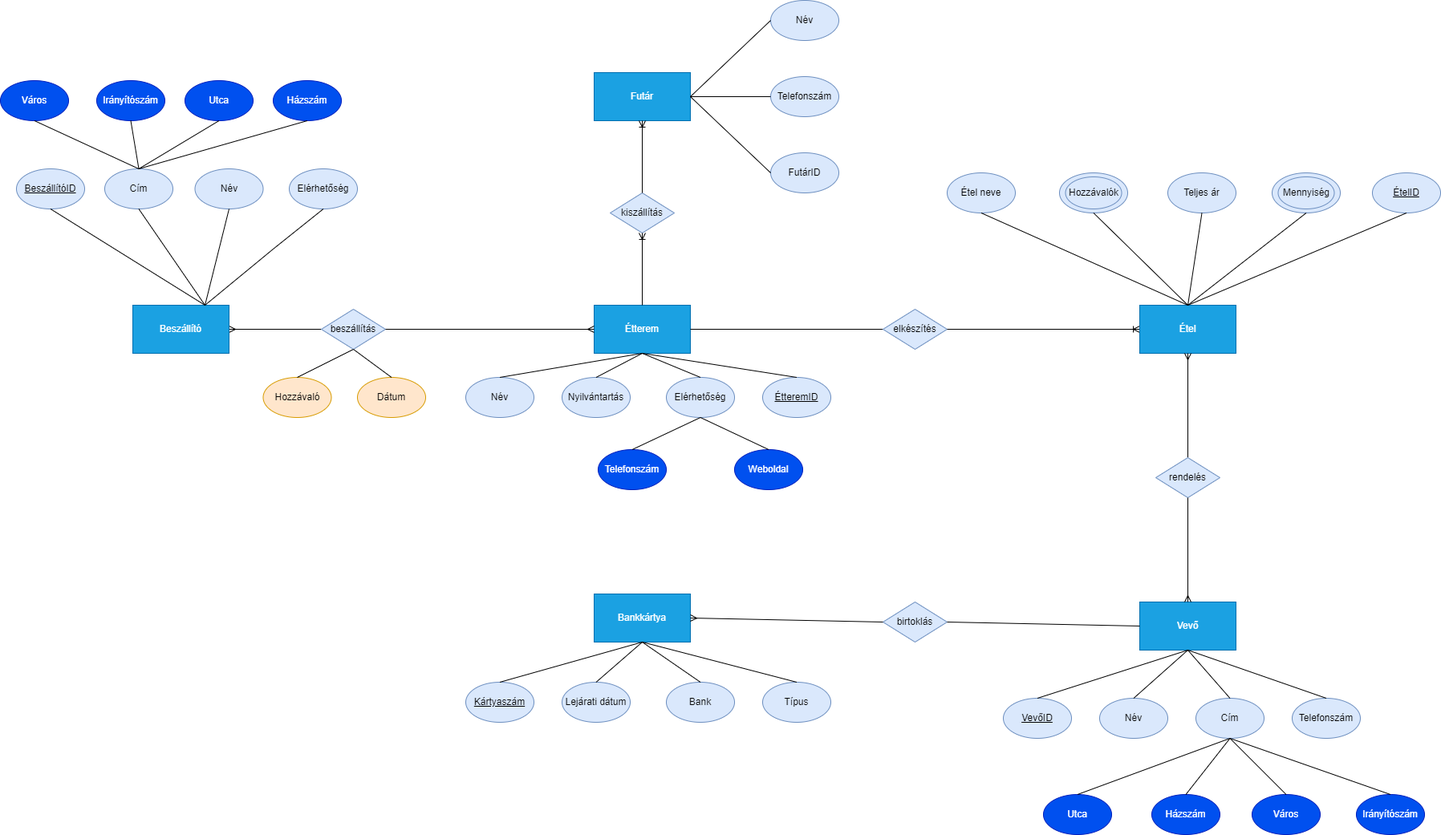
This is XMLTaskZW7DOR/ERZW7DOR.png from PPatrik123/ZW7DOR_XMLGyak, a draw.io export, as it was before one commit. Source tidied: cells renumbered, new cells last; positions are measured from the earlier drawing's top-left corner, leaving out a move shared by most shapes.
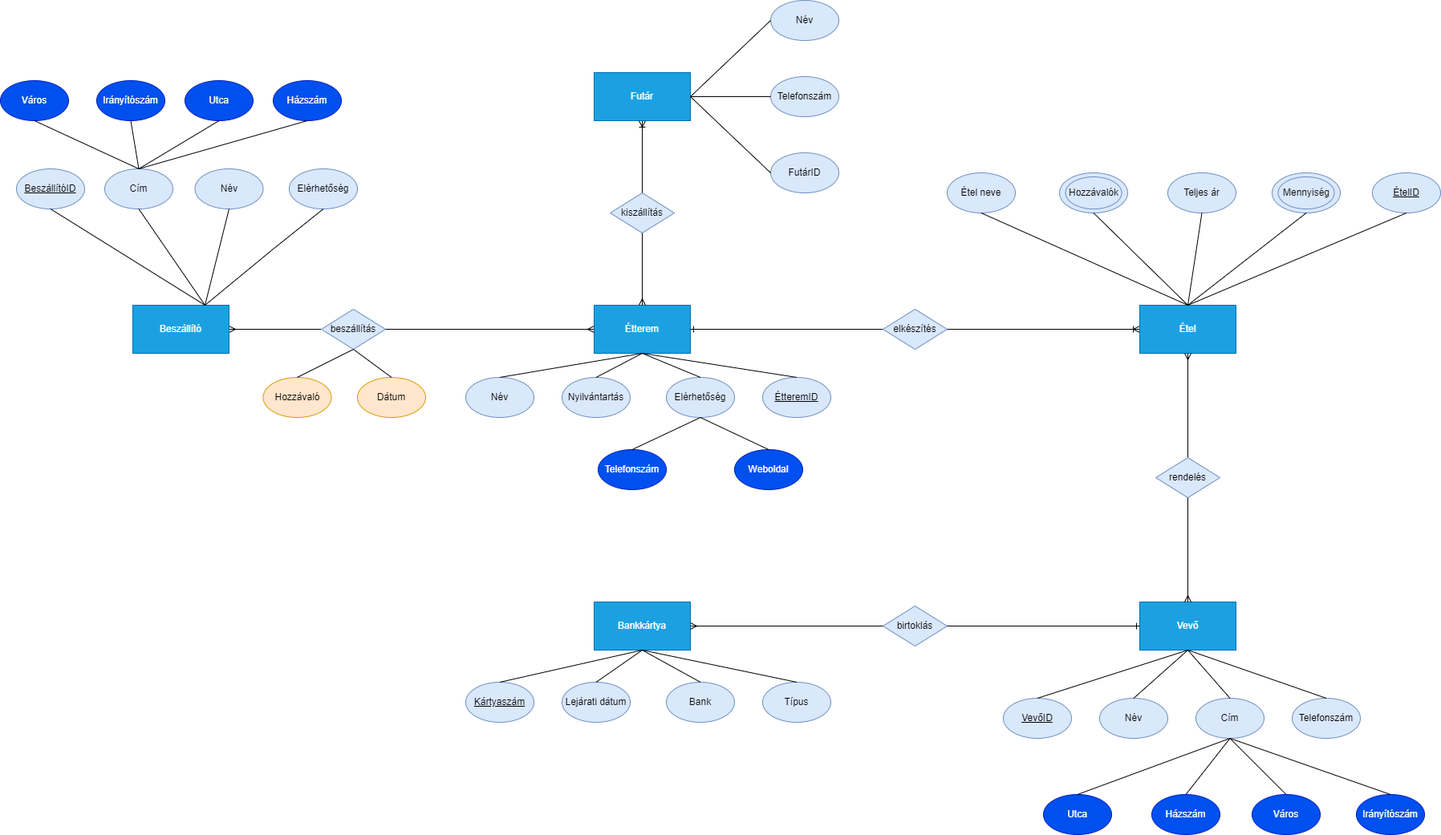
The same file after the commit.

Change to the diagram source:
```diff
@@ -87,7 +87,7 @@
     <mxCell id="28" value="kiszállítás" style="rhombus;whiteSpace=wrap;html=1;fillColor=#dae8fc;strokeColor=#6c8ebf;" parent="1" vertex="1">
       <mxGeometry x="760" y="240" width="80" height="50" as="geometry" />
     </mxCell>
-    <mxCell id="29" style="endArrow=ERoneToMany;html=1;rounded=0;entryX=0.5;entryY=1;entryDx=0;entryDy=0;exitX=0.5;exitY=0;exitDx=0;exitDy=0;endFill=0;" parent="1" edge="1" source="25" target="28">
+    <mxCell id="29" style="endArrow=none;html=1;rounded=0;entryX=0.5;entryY=1;entryDx=0;entryDy=0;exitX=0.5;exitY=0;exitDx=0;exitDy=0;endFill=0;startArrow=ERmany;startFill=0;" parent="1" edge="1" source="25" target="28">
       <mxGeometry relative="1" as="geometry" />
     </mxCell>
     <mxCell id="30" style="endArrow=ERoneToMany;html=1;rounded=0;entryX=0.5;entryY=1;entryDx=0;entryDy=0;exitX=0.5;exitY=0;exitDx=0;exitDy=0;endFill=0;" parent="1" edge="1" source="28" target="26">
@@ -147,7 +147,7 @@
     <mxCell id="48" style="endArrow=none;html=1;rounded=0;entryX=1;entryY=0.5;entryDx=0;entryDy=0;exitX=0;exitY=0.5;exitDx=0;exitDy=0;" parent="1" edge="1" source="44" target="26">
       <mxGeometry relative="1" as="geometry" />
     </mxCell>
-    <mxCell id="49" style="endArrow=none;html=1;rounded=0;entryX=1;entryY=0.5;entryDx=0;entryDy=0;startArrow=none;exitX=0;exitY=0.5;exitDx=0;exitDy=0;" parent="1" edge="1" source="50" target="25">
+    <mxCell id="49" style="endArrow=ERone;html=1;rounded=0;entryX=1;entryY=0.5;entryDx=0;entryDy=0;startArrow=none;exitX=0;exitY=0.5;exitDx=0;exitDy=0;startFill=0;endFill=0;" parent="1" edge="1" source="50" target="25">
       <mxGeometry relative="1" as="geometry" />
     </mxCell>
     <mxCell id="50" value="elkészítés" style="rhombus;whiteSpace=wrap;html=1;fillColor=#dae8fc;strokeColor=#6c8ebf;" parent="1" vertex="1">
@@ -258,13 +258,13 @@
       <mxGeometry relative="1" as="geometry" />
     </mxCell>
     <mxCell id="85" value="birtoklás" style="rhombus;whiteSpace=wrap;html=1;fillColor=#dae8fc;strokeColor=#6c8ebf;" parent="1" vertex="1">
-      <mxGeometry x="1100" y="750" width="80" height="50" as="geometry" />
+      <mxGeometry x="1100" y="755" width="80" height="50" as="geometry" />
     </mxCell>
-    <mxCell id="86" style="endArrow=none;html=1;rounded=0;entryX=0;entryY=0.5;entryDx=0;entryDy=0;exitX=1;exitY=0.5;exitDx=0;exitDy=0;" parent="1" edge="1" source="85" target="67">
+    <mxCell id="86" style="endArrow=ERone;html=1;rounded=0;entryX=0;entryY=0.5;entryDx=0;entryDy=0;exitX=1;exitY=0.5;exitDx=0;exitDy=0;endFill=0;" parent="1" edge="1" source="85" target="67">
       <mxGeometry relative="1" as="geometry" />
     </mxCell>
     <mxCell id="87" value="Bankkártya" style="rounded=0;whiteSpace=wrap;html=1;fillColor=#1ba1e2;strokeColor=#006EAF;fontColor=#ffffff;" parent="1" vertex="1">
-      <mxGeometry x="740" y="740" width="120" height="60" as="geometry" />
+      <mxGeometry x="740" y="750" width="120" height="60" as="geometry" />
     </mxCell>
     <mxCell id="88" style="endArrow=ERmany;html=1;rounded=0;entryX=1;entryY=0.5;entryDx=0;entryDy=0;exitX=0;exitY=0.5;exitDx=0;exitDy=0;startArrow=none;startFill=0;endFill=0;" parent="1" edge="1" source="85" target="87">
       <mxGeometry relative="1" as="geometry" />
```
